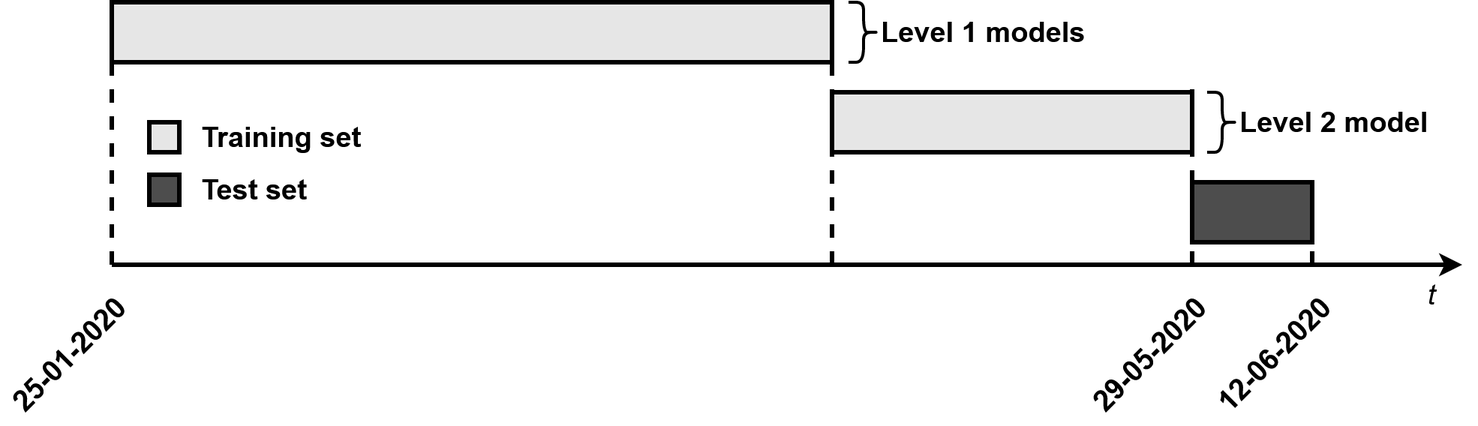
Before: Images/Test.png, a diagram exported from draw.io (tomasbogalho/Tom-s-Bogalho-MSc-Thesis-New). Source tidied: cells renumbered, new cells last; positions are measured from the earlier drawing's top-left corner, leaving out a move shared by most shapes.
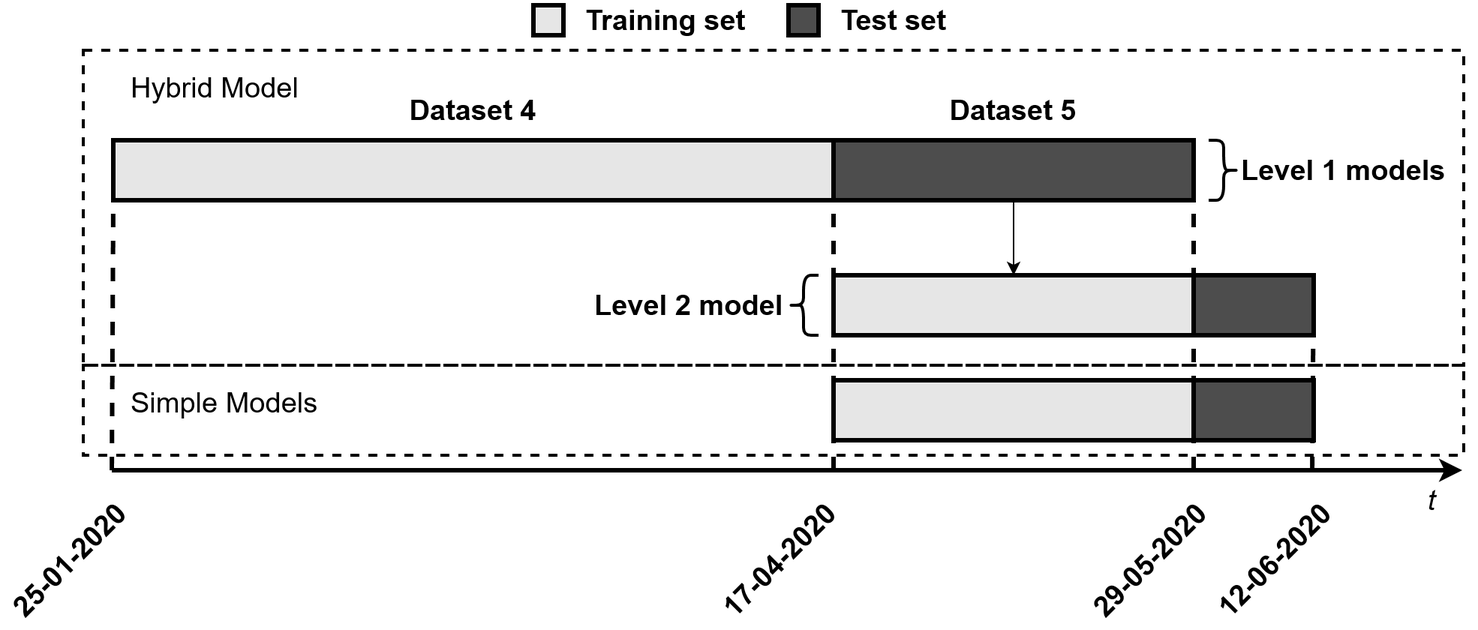
The same diagram one commit later.

Change to the diagram source:
```diff
@@ -2,92 +2,139 @@
   <root>
     <mxCell id="0" />
     <mxCell id="1" parent="0" />
-    <mxCell id="2" style="endArrow=classic;html=1;strokeWidth=3;" parent="1" edge="1">
-      <mxGeometry relative="1" as="geometry">
-        <mxPoint x="83" y="175" as="sourcePoint" />
-        <mxPoint x="983" y="175" as="targetPoint" />
-      </mxGeometry>
+    <mxCell id="2" style="rounded=0;whiteSpace=wrap;html=1;fillColor=none;dashed=1;strokeWidth=2;" parent="1" vertex="1">
+      <mxGeometry x="63" y="-45" width="920" height="210" as="geometry" />
     </mxCell>
-    <mxCell id="3" value="&lt;font style=&quot;font-size: 19px&quot;&gt;&lt;i&gt;t&lt;/i&gt;&lt;/font&gt;" style="text;html=1;strokeColor=none;fillColor=none;align=center;verticalAlign=middle;whiteSpace=wrap;rounded=0;strokeWidth=3;" parent="1" vertex="1">
-      <mxGeometry x="943" y="185" width="40" height="20" as="geometry" />
+    <mxCell id="3" style="endArrow=none;dashed=1;html=1;strokeWidth=3;entryX=1;entryY=1;entryDx=0;entryDy=0;" parent="1" edge="1" target="20">
+      <mxGeometry relative="1" as="geometry">
+        <mxPoint x="563" y="235" as="sourcePoint" />
+      </mxGeometry>
     </mxCell>
-    <mxCell id="4" style="endArrow=none;dashed=1;html=1;strokeWidth=3;entryX=0;entryY=1;entryDx=0;entryDy=0;" parent="1" edge="1" target="7">
+    <mxCell id="4" style="endArrow=none;dashed=1;html=1;strokeWidth=3;entryX=1;entryY=1;entryDx=0;entryDy=0;" parent="1" edge="1" target="23">
       <mxGeometry relative="1" as="geometry">
-        <mxPoint x="83" y="175" as="sourcePoint" />
+        <mxPoint x="803" y="235" as="sourcePoint" />
       </mxGeometry>
     </mxCell>
-    <mxCell id="5" style="endArrow=none;dashed=1;html=1;strokeWidth=3;entryX=1;entryY=1;entryDx=0;entryDy=0;" parent="1" edge="1" target="7">
+    <mxCell id="5" style="endArrow=classic;html=1;strokeWidth=3;" parent="1" edge="1">
       <mxGeometry relative="1" as="geometry">
-        <mxPoint x="563" y="175" as="sourcePoint" />
+        <mxPoint x="82" y="235" as="sourcePoint" />
+        <mxPoint x="982" y="235" as="targetPoint" />
       </mxGeometry>
     </mxCell>
-    <mxCell id="6" style="group;" parent="1" vertex="1">
-      <mxGeometry x="83" width="480" height="40" as="geometry" />
+    <mxCell id="6" value="&lt;font style=&quot;font-size: 19px&quot;&gt;&lt;i&gt;t&lt;/i&gt;&lt;/font&gt;" style="text;html=1;strokeColor=none;fillColor=none;align=center;verticalAlign=middle;whiteSpace=wrap;rounded=0;strokeWidth=3;" parent="1" vertex="1">
+      <mxGeometry x="942" y="245" width="40" height="20" as="geometry" />
     </mxCell>
-    <mxCell id="7" style="rounded=0;whiteSpace=wrap;html=1;strokeWidth=3;fillColor=#E6E6E6;" parent="6" vertex="1">
-      <mxGeometry width="480" height="40" as="geometry" />
+    <mxCell id="7" style="endArrow=none;dashed=1;html=1;strokeWidth=3;entryX=0;entryY=1;entryDx=0;entryDy=0;" parent="1" edge="1" target="20">
+      <mxGeometry relative="1" as="geometry">
+        <mxPoint x="82" y="235" as="sourcePoint" />
+      </mxGeometry>
     </mxCell>
-    <mxCell id="8" style="endArrow=none;dashed=1;html=1;strokeWidth=3;" parent="1" edge="1">
+    <mxCell id="8" style="edgeStyle=orthogonalEdgeStyle;rounded=0;orthogonalLoop=1;jettySize=auto;html=1;exitX=0.5;exitY=1;exitDx=0;exitDy=0;strokeWidth=2;fontStyle=1;" parent="1" edge="1">
       <mxGeometry relative="1" as="geometry">
-        <mxPoint x="803" y="175" as="sourcePoint" />
-        <mxPoint x="803" y="57" as="targetPoint" />
+        <mxPoint x="909.5" y="-5" as="sourcePoint" />
+        <mxPoint x="909.5" y="-5" as="targetPoint" />
       </mxGeometry>
     </mxCell>
-    <mxCell id="9" style="rounded=0;whiteSpace=wrap;html=1;strokeWidth=3;fillColor=#E6E6E6;" parent="1" vertex="1">
-      <mxGeometry x="563" y="60" width="240" height="40" as="geometry" />
+    <mxCell id="9" style="edgeStyle=orthogonalEdgeStyle;rounded=0;orthogonalLoop=1;jettySize=auto;html=1;exitX=0.5;exitY=1;exitDx=0;exitDy=0;strokeWidth=2;fontStyle=1;" parent="1" edge="1">
+      <mxGeometry relative="1" as="geometry">
+        <mxPoint x="910.5" y="78" as="sourcePoint" />
+        <mxPoint x="910.5" y="78" as="targetPoint" />
+      </mxGeometry>
     </mxCell>
-    <mxCell id="10" style="shape=curlyBracket;whiteSpace=wrap;html=1;rounded=1;fillColor=#B3B3B3;direction=west;strokeWidth=2;" parent="1" vertex="1">
-      <mxGeometry x="574" width="20" height="40" as="geometry" />
+    <mxCell id="10" style="group;" parent="1" vertex="1">
+      <mxGeometry x="533" y="-75" width="170" height="20" as="geometry" />
     </mxCell>
-    <mxCell id="11" value="&lt;font style=&quot;font-size: 19px&quot;&gt;Level 1 models&lt;/font&gt;" style="text;html=1;strokeColor=none;fillColor=none;align=left;verticalAlign=middle;whiteSpace=wrap;rounded=0;fontStyle=1;" parent="1" vertex="1">
-      <mxGeometry x="594" y="10" width="155" height="20" as="geometry" />
+    <mxCell id="11" style="rounded=0;whiteSpace=wrap;html=1;strokeWidth=3;fillColor=#4D4D4D;" parent="10" vertex="1">
+      <mxGeometry width="20" height="20" as="geometry" />
     </mxCell>
-    <mxCell id="12" style="edgeStyle=orthogonalEdgeStyle;rounded=0;orthogonalLoop=1;jettySize=auto;html=1;exitX=0.5;exitY=1;exitDx=0;exitDy=0;strokeWidth=2;fontStyle=1;" parent="1" edge="1" source="11" target="11">
-      <mxGeometry relative="1" as="geometry" />
+    <mxCell id="12" value="&lt;font style=&quot;font-size: 19px&quot;&gt;Test set&lt;/font&gt;" style="text;html=1;strokeColor=none;fillColor=none;align=left;verticalAlign=middle;whiteSpace=wrap;rounded=0;strokeWidth=6;fontStyle=1;" parent="10" vertex="1">
+      <mxGeometry x="33" width="137" height="20" as="geometry" />
     </mxCell>
-    <mxCell id="13" style="shape=curlyBracket;whiteSpace=wrap;html=1;rounded=1;fillColor=#B3B3B3;direction=west;strokeWidth=2;" parent="1" vertex="1">
-      <mxGeometry x="813" y="60" width="20" height="40" as="geometry" />
+    <mxCell id="13" value="&lt;font style=&quot;font-size: 19px&quot;&gt;25-01-2020&lt;/font&gt;" style="text;html=1;strokeColor=none;fillColor=none;align=center;verticalAlign=middle;whiteSpace=wrap;rounded=0;rotation=-45;fontStyle=1;" parent="1" vertex="1">
+      <mxGeometry x="-1" y="285" width="110" height="20" as="geometry" />
     </mxCell>
-    <mxCell id="14" value="&lt;font style=&quot;font-size: 19px&quot;&gt;Level 2 model&lt;/font&gt;" style="text;html=1;strokeColor=none;fillColor=none;align=left;verticalAlign=middle;whiteSpace=wrap;rounded=0;fontStyle=1;" parent="1" vertex="1">
-      <mxGeometry x="833" y="70" width="155" height="20" as="geometry" />
+    <mxCell id="14" value="&lt;div&gt;&lt;font style=&quot;font-size: 19px&quot;&gt;29-05-2020&lt;/font&gt;&lt;/div&gt;" style="text;html=1;strokeColor=none;fillColor=none;align=center;verticalAlign=middle;whiteSpace=wrap;rounded=0;rotation=-45;fontStyle=1;" parent="1" vertex="1">
+      <mxGeometry x="719" y="285" width="110" height="20" as="geometry" />
     </mxCell>
-    <mxCell id="15" style="edgeStyle=orthogonalEdgeStyle;rounded=0;orthogonalLoop=1;jettySize=auto;html=1;exitX=0.5;exitY=1;exitDx=0;exitDy=0;strokeWidth=2;fontStyle=1;" parent="1" edge="1" source="14" target="14">
-      <mxGeometry relative="1" as="geometry" />
+    <mxCell id="15" value="&lt;div&gt;&lt;font style=&quot;font-size: 19px&quot;&gt;12-06-2020&lt;/font&gt;&lt;/div&gt;" style="text;html=1;strokeColor=none;fillColor=none;align=center;verticalAlign=middle;whiteSpace=wrap;rounded=0;rotation=-45;fontStyle=1;" parent="1" vertex="1">
+      <mxGeometry x="802" y="285" width="110" height="20" as="geometry" />
     </mxCell>
-    <mxCell id="16" style="group;" parent="1" vertex="1">
-      <mxGeometry x="108" y="115" width="170" height="20" as="geometry" />
+    <mxCell id="16" style="endArrow=none;dashed=1;html=1;strokeWidth=3;entryX=1;entryY=0;entryDx=0;entryDy=0;" parent="1" edge="1" target="31">
+      <mxGeometry relative="1" as="geometry">
+        <mxPoint x="882" y="235" as="sourcePoint" />
+      </mxGeometry>
     </mxCell>
-    <mxCell id="17" style="rounded=0;whiteSpace=wrap;html=1;strokeWidth=3;fillColor=#4D4D4D;" parent="16" vertex="1">
-      <mxGeometry width="20" height="20" as="geometry" />
+    <mxCell id="17" value="&lt;div&gt;&lt;font style=&quot;font-size: 19px&quot;&gt;17-04-2020&lt;/font&gt;&lt;/div&gt;" style="text;html=1;strokeColor=none;fillColor=none;align=center;verticalAlign=middle;whiteSpace=wrap;rounded=0;rotation=-45;fontStyle=1;" parent="1" vertex="1">
+      <mxGeometry x="472" y="285" width="110" height="20" as="geometry" />
     </mxCell>
-    <mxCell id="18" value="&lt;font style=&quot;font-size: 19px&quot;&gt;Test set&lt;/font&gt;" style="text;html=1;strokeColor=none;fillColor=none;align=left;verticalAlign=middle;whiteSpace=wrap;rounded=0;strokeWidth=6;fontStyle=1;" parent="16" vertex="1">
-      <mxGeometry x="33" width="137" height="20" as="geometry" />
+    <mxCell id="18" value="&lt;font style=&quot;font-size: 19px&quot;&gt;Dataset 4 &lt;/font&gt;" style="text;html=1;strokeColor=none;fillColor=none;align=center;verticalAlign=middle;whiteSpace=wrap;rounded=0;fontStyle=1;" parent="1" vertex="1">
+      <mxGeometry x="278" y="-15" width="90" height="20" as="geometry" />
     </mxCell>
-    <mxCell id="19" value="&lt;font style=&quot;font-size: 19px&quot;&gt;Training set&lt;/font&gt;" style="text;html=1;strokeColor=none;fillColor=none;align=left;verticalAlign=middle;whiteSpace=wrap;rounded=0;strokeWidth=6;fontStyle=1;" parent="1" vertex="1">
-      <mxGeometry x="141" y="80" width="120" height="20" as="geometry" />
+    <mxCell id="19" style="group;" parent="1" vertex="1">
+      <mxGeometry x="83" y="15" width="480" height="40" as="geometry" />
     </mxCell>
-    <mxCell id="20" style="rounded=0;whiteSpace=wrap;html=1;strokeWidth=3;fillColor=#E6E6E6;" parent="1" vertex="1">
-      <mxGeometry x="108" y="80" width="20" height="20" as="geometry" />
+    <mxCell id="20" style="rounded=0;whiteSpace=wrap;html=1;strokeWidth=3;fillColor=#E6E6E6;" parent="19" vertex="1">
+      <mxGeometry width="480" height="40" as="geometry" />
     </mxCell>
-    <mxCell id="21" style="group;" parent="1" vertex="1">
-      <mxGeometry x="83" y="120" width="800" height="40" as="geometry" />
+    <mxCell id="21" value="&lt;font style=&quot;font-size: 19px&quot;&gt;Dataset 5 &lt;/font&gt;" style="text;html=1;strokeColor=none;fillColor=none;align=center;verticalAlign=middle;whiteSpace=wrap;rounded=0;fontStyle=1;" parent="1" vertex="1">
+      <mxGeometry x="638" y="-15" width="90" height="20" as="geometry" />
     </mxCell>
-    <mxCell id="22" style="rounded=0;whiteSpace=wrap;html=1;strokeWidth=3;glass=0;fillColor=#4D4D4D;" parent="21" vertex="1">
-      <mxGeometry x="720" width="80" height="40" as="geometry" />
+    <mxCell id="22" style="edgeStyle=orthogonalEdgeStyle;rounded=0;jettySize=auto;html=1;exitX=0.5;exitY=1;exitDx=0;exitDy=0;entryX=0.5;entryY=0;entryDx=0;entryDy=0;" parent="1" edge="1" source="23" target="24">
+      <mxGeometry relative="1" as="geometry" />
     </mxCell>
-    <mxCell id="23" value="&lt;font style=&quot;font-size: 19px&quot;&gt;25-01-2020&lt;/font&gt;" style="text;html=1;strokeColor=none;fillColor=none;align=center;verticalAlign=middle;whiteSpace=wrap;rounded=0;rotation=-45;fontStyle=1;" parent="1" vertex="1">
-      <mxGeometry y="225" width="110" height="20" as="geometry" />
+    <mxCell id="23" style="rounded=0;whiteSpace=wrap;html=1;strokeWidth=3;fillColor=#4D4D4D;" parent="1" vertex="1">
+      <mxGeometry x="563" y="15" width="240" height="40" as="geometry" />
     </mxCell>
-    <mxCell id="24" value="&lt;div&gt;&lt;font style=&quot;font-size: 19px&quot;&gt;29-05-2020&lt;/font&gt;&lt;/div&gt;" style="text;html=1;strokeColor=none;fillColor=none;align=center;verticalAlign=middle;whiteSpace=wrap;rounded=0;rotation=-45;fontStyle=1;" parent="1" vertex="1">
-      <mxGeometry x="720" y="225" width="110" height="20" as="geometry" />
+    <mxCell id="24" style="rounded=0;whiteSpace=wrap;html=1;strokeWidth=3;fillColor=#E6E6E6;" parent="1" vertex="1">
+      <mxGeometry x="563" y="105" width="240" height="40" as="geometry" />
     </mxCell>
-    <mxCell id="25" value="&lt;div&gt;&lt;font style=&quot;font-size: 19px&quot;&gt;12-06-2020&lt;/font&gt;&lt;/div&gt;" style="text;html=1;strokeColor=none;fillColor=none;align=center;verticalAlign=middle;whiteSpace=wrap;rounded=0;rotation=-45;fontStyle=1;" parent="1" vertex="1">
-      <mxGeometry x="803" y="225" width="110" height="20" as="geometry" />
+    <mxCell id="25" style="shape=curlyBracket;whiteSpace=wrap;html=1;rounded=1;fillColor=#B3B3B3;direction=west;strokeWidth=2;" parent="1" vertex="1">
+      <mxGeometry x="813" y="15" width="20" height="40" as="geometry" />
     </mxCell>
-    <mxCell id="26" style="endArrow=none;dashed=1;html=1;strokeWidth=3;entryX=1;entryY=0;entryDx=0;entryDy=0;" parent="1" edge="1" target="22">
-      <mxGeometry relative="1" as="geometry">
-        <mxPoint x="883" y="175" as="sourcePoint" />
-      </mxGeometry>
+    <mxCell id="26" value="&lt;font style=&quot;font-size: 19px&quot;&gt;Level 1 models&lt;/font&gt;" style="text;html=1;strokeColor=none;fillColor=none;align=left;verticalAlign=middle;whiteSpace=wrap;rounded=0;fontStyle=1;" parent="1" vertex="1">
+      <mxGeometry x="833" y="25" width="155" height="20" as="geometry" />
     </mxCell>
+    <mxCell id="27" style="edgeStyle=orthogonalEdgeStyle;rounded=0;orthogonalLoop=1;jettySize=auto;html=1;exitX=0.5;exitY=1;exitDx=0;exitDy=0;strokeWidth=2;fontStyle=1;" parent="1" edge="1" source="26" target="26">
+      <mxGeometry relative="1" as="geometry" />
+    </mxCell>
+    <mxCell id="28" style="edgeStyle=orthogonalEdgeStyle;rounded=0;orthogonalLoop=1;jettySize=auto;html=1;exitX=0.5;exitY=1;exitDx=0;exitDy=0;strokeWidth=2;fontStyle=1;" parent="1" edge="1">
+      <mxGeometry relative="1" as="geometry">
+        <mxPoint x="910.5" y="135" as="sourcePoint" />
+        <mxPoint x="910.5" y="135" as="targetPoint" />
+      </mxGeometry>
+    </mxCell>
+    <mxCell id="29" style="rounded=0;whiteSpace=wrap;html=1;strokeWidth=3;fillColor=#E6E6E6;" parent="1" vertex="1">
+      <mxGeometry x="563" y="175" width="240" height="40" as="geometry" />
+    </mxCell>
+    <mxCell id="30" style="rounded=0;whiteSpace=wrap;html=1;strokeWidth=3;glass=0;fillColor=#4D4D4D;" parent="1" vertex="1">
+      <mxGeometry x="803" y="175" width="80" height="40" as="geometry" />
+    </mxCell>
+    <mxCell id="31" style="rounded=0;whiteSpace=wrap;html=1;strokeWidth=3;glass=0;fillColor=#4D4D4D;" parent="1" vertex="1">
+      <mxGeometry x="803" y="105" width="80" height="40" as="geometry" />
+    </mxCell>
+    <mxCell id="32" style="shape=curlyBracket;whiteSpace=wrap;html=1;rounded=1;fillColor=#B3B3B3;direction=east;strokeWidth=2;" parent="1" vertex="1">
+      <mxGeometry x="533" y="105" width="20" height="40" as="geometry" />
+    </mxCell>
+    <mxCell id="33" value="&lt;font style=&quot;font-size: 19px&quot;&gt;Level 2 model&lt;/font&gt;" style="text;html=1;strokeColor=none;fillColor=none;align=left;verticalAlign=middle;whiteSpace=wrap;rounded=0;fontStyle=1;" parent="1" vertex="1">
+      <mxGeometry x="402" y="115" width="155" height="20" as="geometry" />
+    </mxCell>
+    <mxCell id="34" style="rounded=0;whiteSpace=wrap;html=1;fillColor=none;dashed=1;strokeWidth=2;" parent="1" vertex="1">
+      <mxGeometry x="63" y="165" width="920" height="60" as="geometry" />
+    </mxCell>
+    <mxCell id="35" value="&lt;font style=&quot;font-size: 19px&quot;&gt;Hybrid Model&lt;/font&gt;" style="text;html=1;strokeColor=none;fillColor=none;align=left;verticalAlign=middle;whiteSpace=wrap;rounded=0;dashed=1;" parent="1" vertex="1">
+      <mxGeometry x="93" y="-35" width="146" height="30" as="geometry" />
+    </mxCell>
+    <mxCell id="36" value="&lt;font style=&quot;font-size: 19px&quot;&gt;Simple Models&lt;/font&gt;" style="text;html=1;strokeColor=none;fillColor=none;align=left;verticalAlign=middle;whiteSpace=wrap;rounded=0;dashed=1;" parent="1" vertex="1">
+      <mxGeometry x="93" y="175" width="146" height="30" as="geometry" />
+    </mxCell>
+    <mxCell id="37" style="group;" parent="1" vertex="1">
+      <mxGeometry x="363" y="-75" width="153" height="20" as="geometry" />
+    </mxCell>
+    <mxCell id="38" value="&lt;font style=&quot;font-size: 19px&quot;&gt;Training set&lt;/font&gt;" style="text;html=1;strokeColor=none;fillColor=none;align=left;verticalAlign=middle;whiteSpace=wrap;rounded=0;strokeWidth=6;fontStyle=1;" parent="37" vertex="1">
+      <mxGeometry x="33" width="120" height="20" as="geometry" />
+    </mxCell>
+    <mxCell id="39" style="rounded=0;whiteSpace=wrap;html=1;strokeWidth=3;fillColor=#E6E6E6;" parent="37" vertex="1">
+      <mxGeometry width="20" height="20" as="geometry" />
+    </mxCell>
   </root>
 </mxGraphModel>
```
